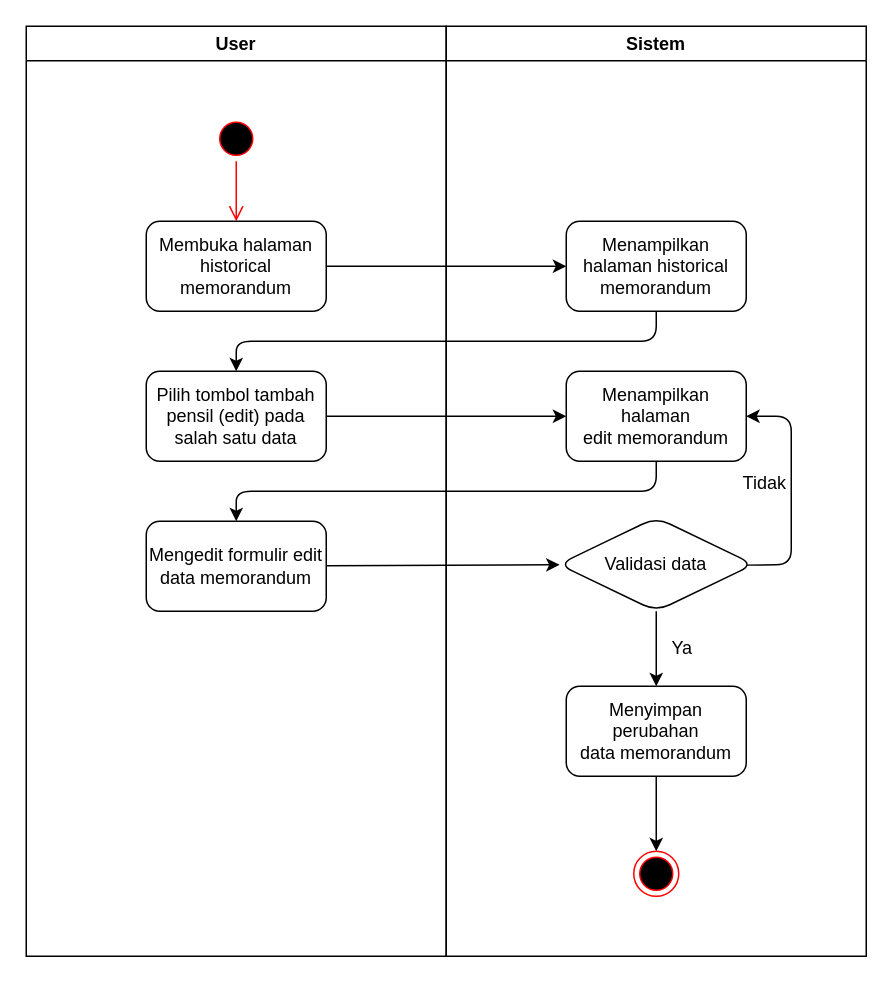
Earlier version of the draw.io diagram historical memorandum/edithistorical.drawio (rismanrhz/idms). Source tidied: cells renumbered, new cells numbered last; positions are measured from the earlier drawing's top-left corner, leaving out a move shared by most shapes. Both pictures are drawn from the tidied source at 150%, with x=0, y=0 at pixel (26, 26).
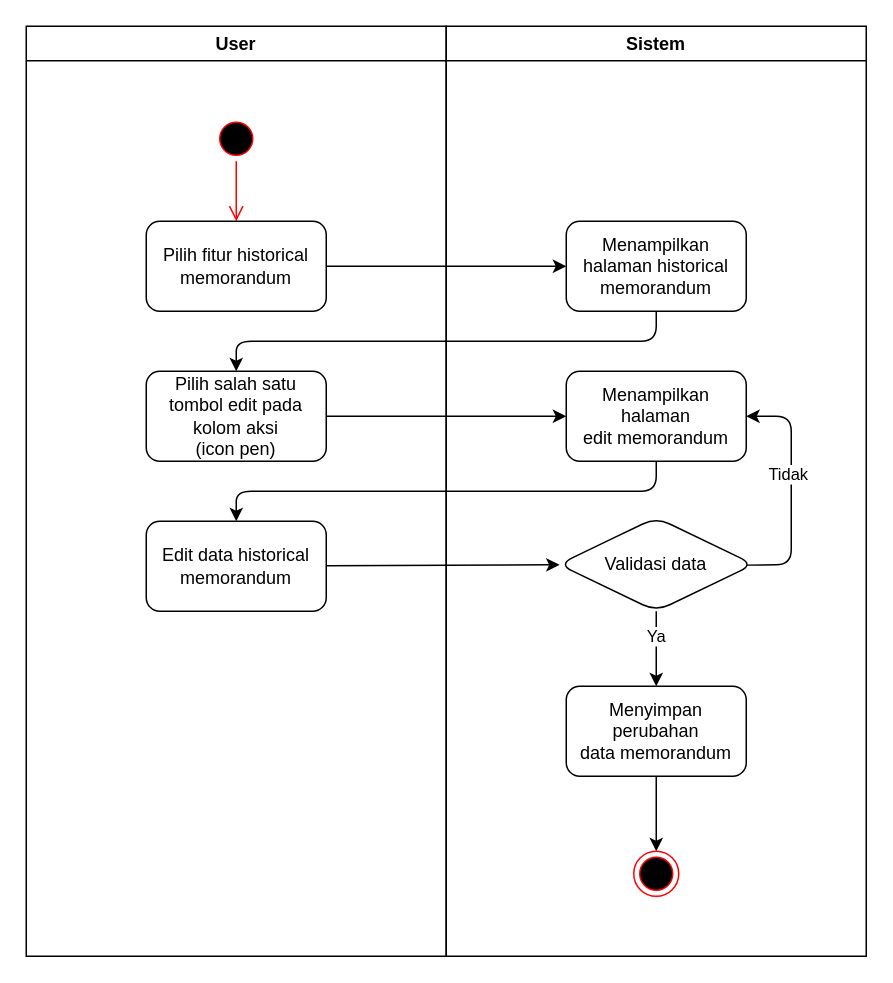
After the change.

The change refers to these unchanged cells:
```xml
<mxCell id="2" value="User" style="swimlane;whiteSpace=wrap;html=1;" parent="1" vertex="1">
  <mxGeometry width="280" height="620" as="geometry" />
</mxCell>
<mxCell id="8" value="Sistem" style="swimlane;whiteSpace=wrap;html=1;" parent="1" vertex="1">
  <mxGeometry x="280" width="280" height="620" as="geometry" />
</mxCell>
<mxCell id="11" style="edgeStyle=none;html=1;entryX=1;entryY=0.5;entryDx=0;entryDy=0;exitX=0.963;exitY=0.508;exitDx=0;exitDy=0;exitPerimeter=0;" parent="8" edge="1" source="13" target="10">
  <mxGeometry relative="1" as="geometry">
    <Array as="points">
      <mxPoint x="230" y="359" />
      <mxPoint x="230" y="260" />
    </Array>
  </mxGeometry>
</mxCell>
<mxCell id="12" style="edgeStyle=none;html=1;" parent="8" edge="1" source="13" target="16">
  <mxGeometry relative="1" as="geometry" />
</mxCell>
```

What changed in the source:
```diff
@@
-    <mxCell id="5" value="Membuka halaman historical memorandum" style="rounded=1;whiteSpace=wrap;html=1;" parent="2" vertex="1">
+    <mxCell id="5" value="Pilih fitur historical memorandum" style="rounded=1;whiteSpace=wrap;html=1;" parent="2" vertex="1">
       <mxGeometry x="80" y="130" width="120" height="60" as="geometry" />
     </mxCell>
-    <mxCell id="6" value="Pilih tombol tambah pensil (edit) pada salah satu data" style="rounded=1;whiteSpace=wrap;html=1;" parent="2" vertex="1">
+    <mxCell id="6" value="&lt;span style=&quot;color: rgb(0, 0, 0);&quot;&gt;Pilih salah satu tombol edit pada kolom aksi&lt;/span&gt;&lt;div&gt;(icon pen)&lt;/div&gt;" style="rounded=1;whiteSpace=wrap;html=1;" parent="2" vertex="1">
       <mxGeometry x="80" y="230" width="120" height="60" as="geometry" />
     </mxCell>
-    <mxCell id="7" value="Mengedit formulir edit data&amp;nbsp;&lt;span style=&quot;color: rgb(0, 0, 0);&quot;&gt;memorandum&lt;/span&gt;" style="rounded=1;whiteSpace=wrap;html=1;" parent="2" vertex="1">
+    <mxCell id="7" value="Edit data historical memorandum" style="rounded=1;whiteSpace=wrap;html=1;" parent="2" vertex="1">
       <mxGeometry x="80" y="330" width="120" height="60" as="geometry" />
     </mxCell>
@@
+    <mxCell id="23" value="Tidak" style="edgeLabel;html=1;align=center;verticalAlign=middle;" parent="11" vertex="1">
+      <mxGeometry x="0.13" y="3" relative="1" as="geometry" />
+    </mxCell>
@@
+    <mxCell id="14" value="Ya" style="edgeLabel;html=1;align=center;verticalAlign=middle;" parent="12" vertex="1">
+      <mxGeometry x="-0.38" y="-1" relative="1" as="geometry" />
+    </mxCell>
@@
-    <mxCell id="14" value="Ya" style="text;html=1;align=center;verticalAlign=middle;strokeColor=none;fillColor=none;" parent="8" vertex="1">
-      <mxGeometry x="137" y="400" width="40" height="30" as="geometry" />
-    </mxCell>
@@
-    <mxCell id="23" value="Tidak" style="text;html=1;align=center;verticalAlign=middle;strokeColor=none;fillColor=none;" parent="1" vertex="1">
-      <mxGeometry x="467" y="290" width="50" height="30" as="geometry" />
-    </mxCell>
```
